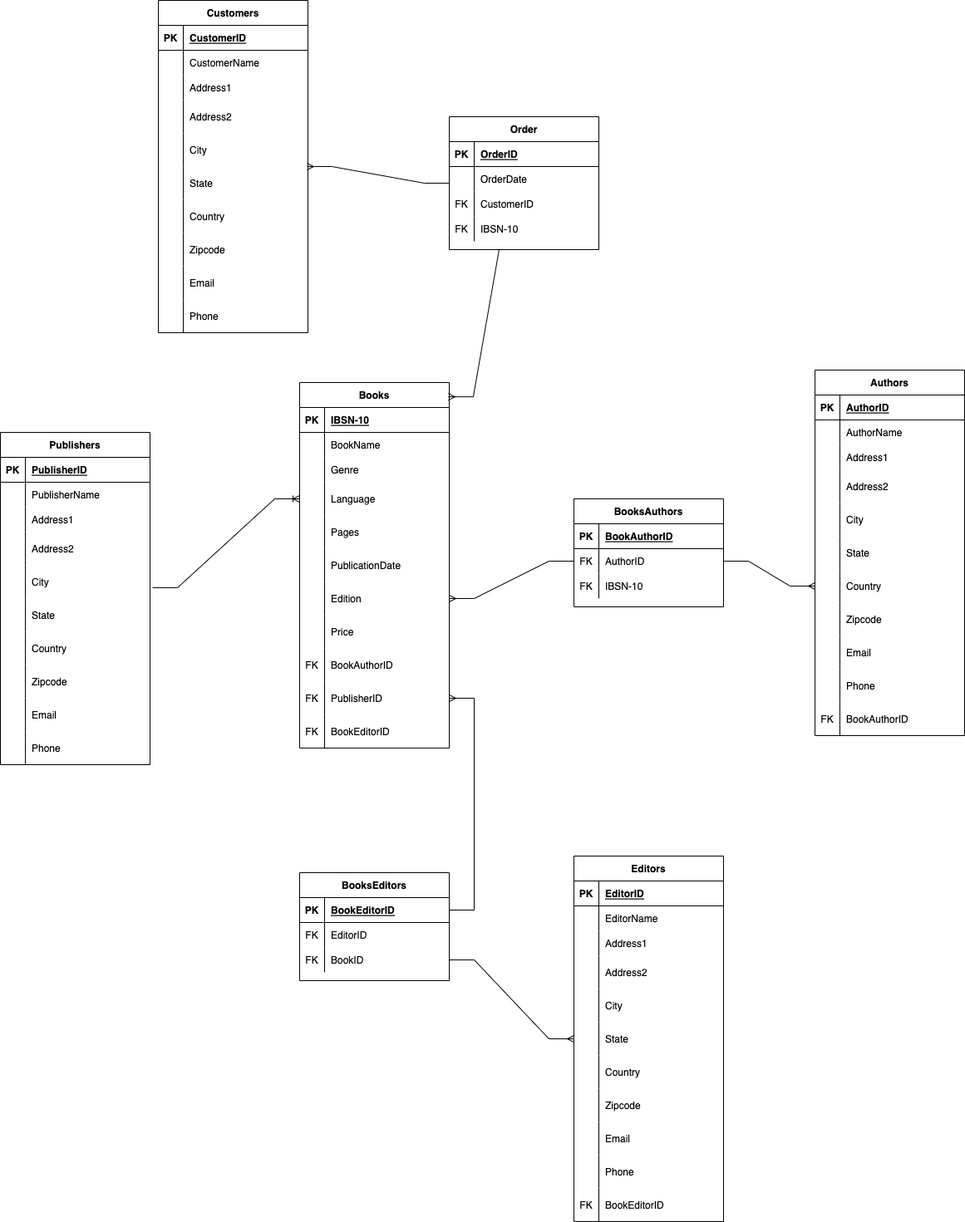
fahimfaruque/hw-db-book-biz keeps this draw.io diagram as book_business.drawio.png. Above is the earlier version. Source tidied: cells renumbered, new cells last; positions are measured from the earlier drawing's top-left corner, leaving out a move shared by most shapes.
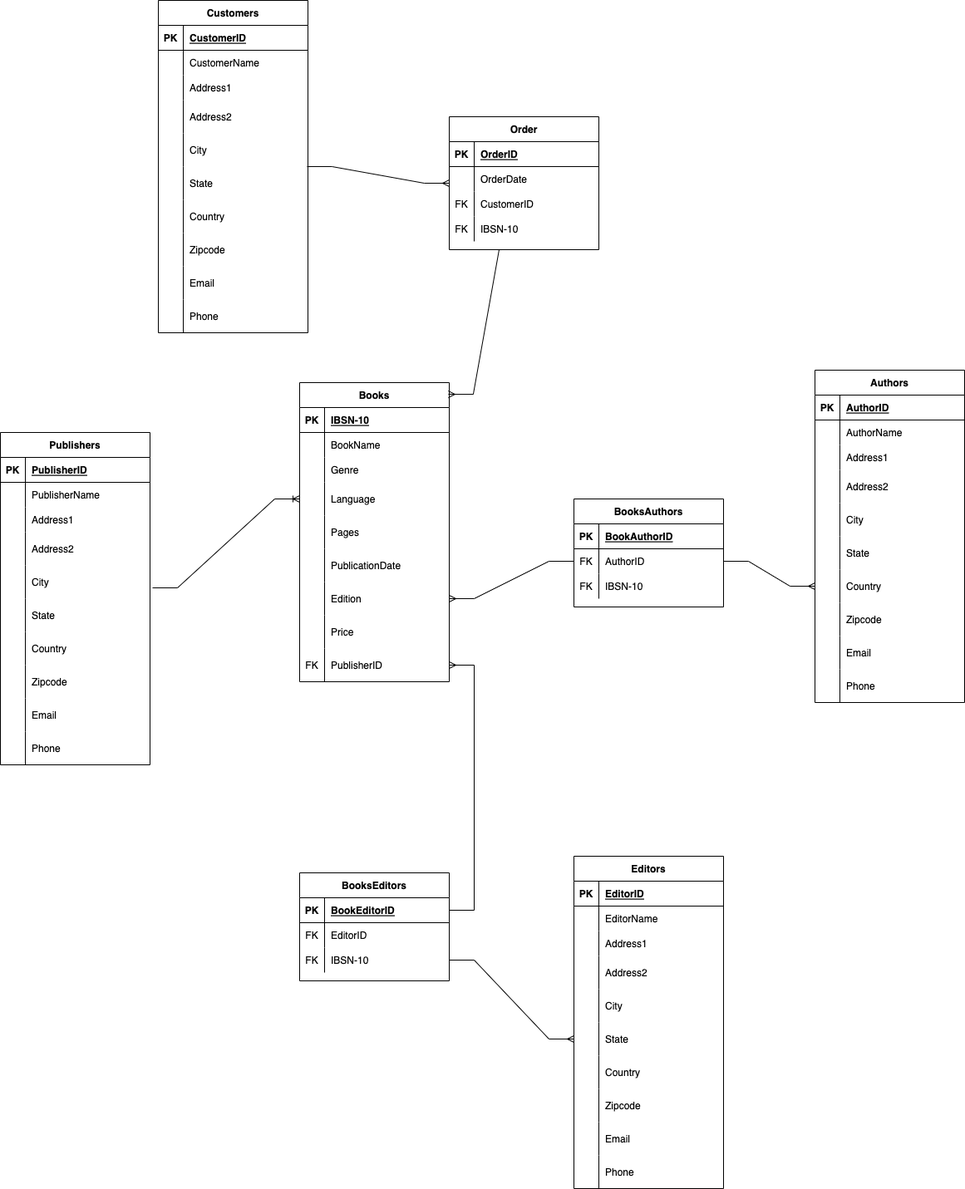
Above is the later version.

What changed in the source:
```diff
@@ -3,7 +3,7 @@
     <mxCell id="0" />
     <mxCell id="1" parent="0" />
     <mxCell id="2" value="Books" style="shape=table;startSize=30;rowLines=0;fontStyle=1;align=center;columnLines=1;resizeLastRow=0;" parent="1" vertex="1">
-      <mxGeometry x="360" y="460" width="180" height="440" as="geometry" />
+      <mxGeometry x="360" y="460" width="180" height="360" as="geometry" />
     </mxCell>
     <mxCell id="3" style="shape=tableRow;horizontal=0;startSize=0;swimlaneHead=0;swimlaneBody=0;fillColor=none;top=0;left=0;right=0;bottom=1;" parent="2" vertex="1">
       <mxGeometry y="30" width="180" height="30" as="geometry" />
@@ -77,17 +77,8 @@
     <mxCell id="26" value="Price" style="shape=partialRectangle;fillColor=none;top=0;left=0;bottom=0;right=0;align=left;spacingLeft=6;overflow=hidden;" parent="24" vertex="1">
       <mxGeometry x="30" width="150" height="40" as="geometry" />
     </mxCell>
-    <mxCell id="27" style="shape=tableRow;horizontal=0;startSize=0;swimlaneHead=0;swimlaneBody=0;fillColor=none;top=0;left=0;right=0;bottom=0;" parent="2" vertex="1">
-      <mxGeometry y="320" width="180" height="40" as="geometry" />
-    </mxCell>
-    <mxCell id="28" value="FK" style="shape=partialRectangle;fillColor=none;top=0;left=0;bottom=0;right=0;overflow=hidden;" parent="27" vertex="1">
-      <mxGeometry width="30" height="40" as="geometry" />
-    </mxCell>
-    <mxCell id="29" value="BookAuthorID" style="shape=partialRectangle;fillColor=none;top=0;left=0;bottom=0;right=0;align=left;spacingLeft=6;overflow=hidden;" parent="27" vertex="1">
-      <mxGeometry x="30" width="150" height="40" as="geometry" />
-    </mxCell>
     <mxCell id="30" style="shape=tableRow;horizontal=0;startSize=0;swimlaneHead=0;swimlaneBody=0;fillColor=none;points=[[0,0.5],[1,0.5]];portConstraint=eastwest;top=0;left=0;right=0;bottom=0;" parent="2" vertex="1">
-      <mxGeometry y="360" width="180" height="40" as="geometry" />
+      <mxGeometry y="320" width="180" height="40" as="geometry" />
     </mxCell>
     <mxCell id="31" value="FK" style="shape=partialRectangle;fillColor=none;top=0;left=0;bottom=0;right=0;overflow=hidden;" parent="30" vertex="1">
       <mxGeometry width="30" height="40" as="geometry" />
@@ -95,17 +86,8 @@
     <mxCell id="32" value="PublisherID" style="shape=partialRectangle;fillColor=none;top=0;left=0;bottom=0;right=0;align=left;spacingLeft=6;overflow=hidden;" parent="30" vertex="1">
       <mxGeometry x="30" width="150" height="40" as="geometry" />
     </mxCell>
-    <mxCell id="33" style="shape=tableRow;horizontal=0;startSize=0;swimlaneHead=0;swimlaneBody=0;fillColor=none;top=0;left=0;right=0;bottom=0;" parent="2" vertex="1">
-      <mxGeometry y="400" width="180" height="40" as="geometry" />
-    </mxCell>
-    <mxCell id="34" value="FK" style="shape=partialRectangle;fillColor=none;top=0;left=0;bottom=0;right=0;overflow=hidden;" parent="33" vertex="1">
-      <mxGeometry width="30" height="40" as="geometry" />
-    </mxCell>
-    <mxCell id="35" value="BookEditorID" style="shape=partialRectangle;fillColor=none;top=0;left=0;bottom=0;right=0;align=left;spacingLeft=6;overflow=hidden;" parent="33" vertex="1">
-      <mxGeometry x="30" width="150" height="40" as="geometry" />
-    </mxCell>
     <mxCell id="36" value="Authors" style="shape=table;startSize=30;rowLines=0;fontStyle=1;align=center;columnLines=1;resizeLastRow=0;" parent="1" vertex="1">
-      <mxGeometry x="980" y="445" width="180" height="440" as="geometry" />
+      <mxGeometry x="980" y="445" width="180" height="400" as="geometry" />
     </mxCell>
     <mxCell id="37" style="shape=tableRow;horizontal=0;startSize=0;swimlaneHead=0;swimlaneBody=0;fillColor=none;top=0;left=0;right=0;bottom=1;" parent="36" vertex="1">
       <mxGeometry y="30" width="180" height="30" as="geometry" />
@@ -197,15 +179,6 @@
     <mxCell id="66" value="Phone" style="shape=partialRectangle;fillColor=none;top=0;left=0;bottom=0;right=0;align=left;spacingLeft=6;overflow=hidden;" parent="64" vertex="1">
       <mxGeometry x="30" width="150" height="40" as="geometry" />
     </mxCell>
-    <mxCell id="67" style="shape=tableRow;horizontal=0;startSize=0;swimlaneHead=0;swimlaneBody=0;fillColor=none;top=0;left=0;right=0;bottom=0;" parent="36" vertex="1">
-      <mxGeometry y="400" width="180" height="40" as="geometry" />
-    </mxCell>
-    <mxCell id="68" value="FK" style="shape=partialRectangle;fillColor=none;top=0;left=0;bottom=0;right=0;overflow=hidden;" parent="67" vertex="1">
-      <mxGeometry width="30" height="40" as="geometry" />
-    </mxCell>
-    <mxCell id="69" value="BookAuthorID" style="shape=partialRectangle;fillColor=none;top=0;left=0;bottom=0;right=0;align=left;spacingLeft=6;overflow=hidden;" parent="67" vertex="1">
-      <mxGeometry x="30" width="150" height="40" as="geometry" />
-    </mxCell>
     <mxCell id="70" value="Publishers" style="shape=table;startSize=30;rowLines=0;fontStyle=1;align=center;columnLines=1;resizeLastRow=0;" parent="1" vertex="1">
       <mxGeometry y="520" width="180" height="400" as="geometry" />
     </mxCell>
@@ -300,7 +273,7 @@
       <mxGeometry x="30" width="150" height="40" as="geometry" />
     </mxCell>
     <mxCell id="101" value="Editors" style="shape=table;startSize=30;rowLines=0;fontStyle=1;align=center;columnLines=1;resizeLastRow=0;" parent="1" vertex="1">
-      <mxGeometry x="690" y="1030" width="180" height="440" as="geometry" />
+      <mxGeometry x="690" y="1030" width="180" height="400" as="geometry" />
     </mxCell>
     <mxCell id="102" style="shape=tableRow;horizontal=0;startSize=0;swimlaneHead=0;swimlaneBody=0;fillColor=none;top=0;left=0;right=0;bottom=1;" parent="101" vertex="1">
       <mxGeometry y="30" width="180" height="30" as="geometry" />
@@ -392,15 +365,6 @@
     <mxCell id="131" value="Phone" style="shape=partialRectangle;fillColor=none;top=0;left=0;bottom=0;right=0;align=left;spacingLeft=6;overflow=hidden;" parent="129" vertex="1">
       <mxGeometry x="30" width="150" height="40" as="geometry" />
     </mxCell>
-    <mxCell id="132" style="shape=tableRow;horizontal=0;startSize=0;swimlaneHead=0;swimlaneBody=0;fillColor=none;top=0;left=0;right=0;bottom=0;" parent="101" vertex="1">
-      <mxGeometry y="400" width="180" height="40" as="geometry" />
-    </mxCell>
-    <mxCell id="133" value="FK" style="shape=partialRectangle;fillColor=none;top=0;left=0;bottom=0;right=0;overflow=hidden;" parent="132" vertex="1">
-      <mxGeometry width="30" height="40" as="geometry" />
-    </mxCell>
-    <mxCell id="134" value="BookEditorID" style="shape=partialRectangle;fillColor=none;top=0;left=0;bottom=0;right=0;align=left;spacingLeft=6;overflow=hidden;" parent="132" vertex="1">
-      <mxGeometry x="30" width="150" height="40" as="geometry" />
-    </mxCell>
     <mxCell id="135" value="Customers" style="shape=table;startSize=30;rowLines=0;fontStyle=1;align=center;columnLines=1;resizeLastRow=0;" parent="1" vertex="1">
       <mxGeometry x="190" width="180" height="400" as="geometry" />
     </mxCell>
@@ -593,7 +557,7 @@
     <mxCell id="198" value="FK" style="shape=partialRectangle;fillColor=none;top=0;left=0;bottom=0;right=0;overflow=hidden;" parent="197" vertex="1">
       <mxGeometry width="30" height="30" as="geometry" />
     </mxCell>
-    <mxCell id="199" value="BookID" style="shape=partialRectangle;fillColor=none;top=0;left=0;bottom=0;right=0;align=left;spacingLeft=6;overflow=hidden;" parent="197" vertex="1">
+    <mxCell id="199" value="IBSN-10" style="shape=partialRectangle;fillColor=none;top=0;left=0;bottom=0;right=0;align=left;spacingLeft=6;overflow=hidden;" parent="197" vertex="1">
       <mxGeometry x="30" width="150" height="30" as="geometry" />
     </mxCell>
     <mxCell id="200" style="edgeStyle=entityRelationEdgeStyle;fontSize=12;html=1;endArrow=ERmany;rounded=0;exitX=1;exitY=0.5;exitDx=0;exitDy=0;entryX=0;entryY=0.5;entryDx=0;entryDy=0;" parent="1" edge="1" source="197" target="117">
@@ -608,11 +572,11 @@
     <mxCell id="203" style="edgeStyle=entityRelationEdgeStyle;fontSize=12;html=1;endArrow=ERmany;rounded=0;exitX=1;exitY=0.5;exitDx=0;exitDy=0;" parent="1" edge="1" source="191" target="30">
       <mxGeometry relative="1" as="geometry" />
     </mxCell>
+    <mxCell id="205" style="edgeStyle=entityRelationEdgeStyle;fontSize=12;html=1;endArrow=ERmany;rounded=0;entryX=0.994;entryY=0.039;entryDx=0;entryDy=0;entryPerimeter=0;exitX=0.5;exitY=1;exitDx=0;exitDy=0;" parent="1" edge="1" source="166" target="2">
+      <mxGeometry relative="1" as="geometry" />
+    </mxCell>
-    <mxCell id="204" style="edgeStyle=entityRelationEdgeStyle;fontSize=12;html=1;endArrow=ERmany;rounded=0;entryX=0.994;entryY=0;entryDx=0;entryDy=0;entryPerimeter=0;" parent="1" edge="1" source="166" target="151">
+    <mxCell id="204" style="edgeStyle=entityRelationEdgeStyle;fontSize=12;html=1;endArrow=ERmany;rounded=0;exitX=0.994;exitY=0;exitDx=0;exitDy=0;exitPerimeter=0;" parent="1" edge="1" source="151" target="166">
       <mxGeometry relative="1" as="geometry" />
     </mxCell>
-    <mxCell id="205" style="edgeStyle=entityRelationEdgeStyle;fontSize=12;html=1;endArrow=ERmany;rounded=0;entryX=0.994;entryY=0.039;entryDx=0;entryDy=0;entryPerimeter=0;exitX=0.5;exitY=1;exitDx=0;exitDy=0;" parent="1" edge="1" source="166" target="2">
-      <mxGeometry relative="1" as="geometry" />
-    </mxCell>
   </root>
 </mxGraphModel>
```
